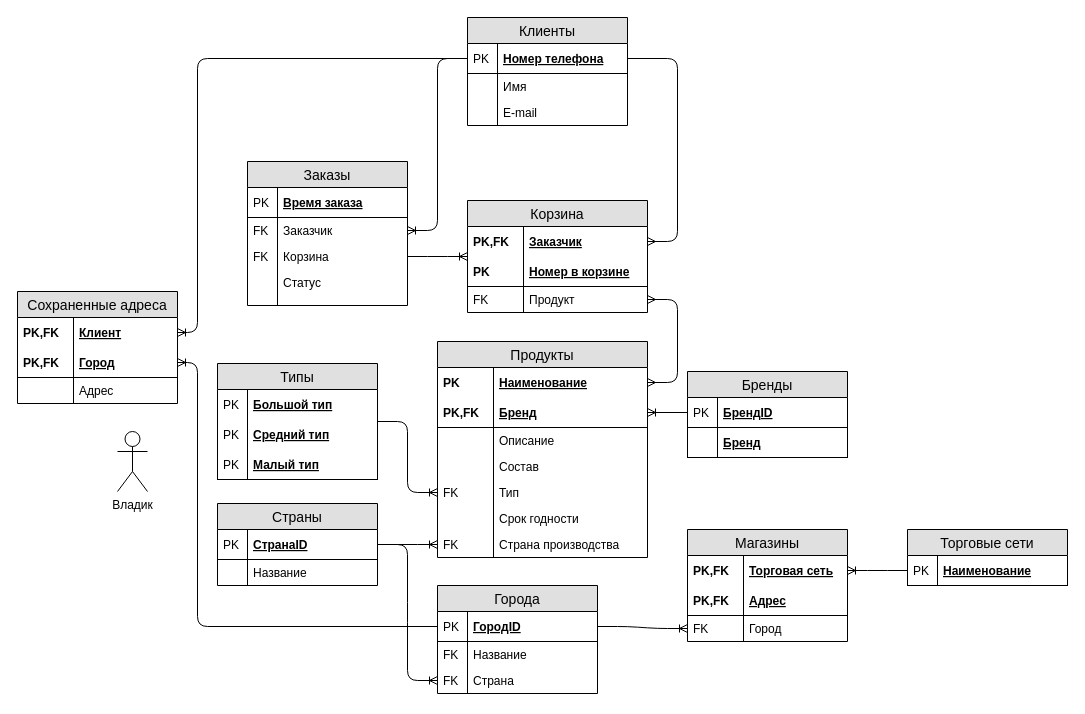
kaktusss123/0_git_basics keeps this draw.io diagram as СУБД.drawio. Above is the earlier version. Source tidied: cells renumbered, new cells numbered last; positions are measured from the earlier drawing's top-left corner, leaving out a move shared by most shapes. Both pictures are drawn from the tidied source at 100%, with x=0, y=0 at pixel (17, 17).
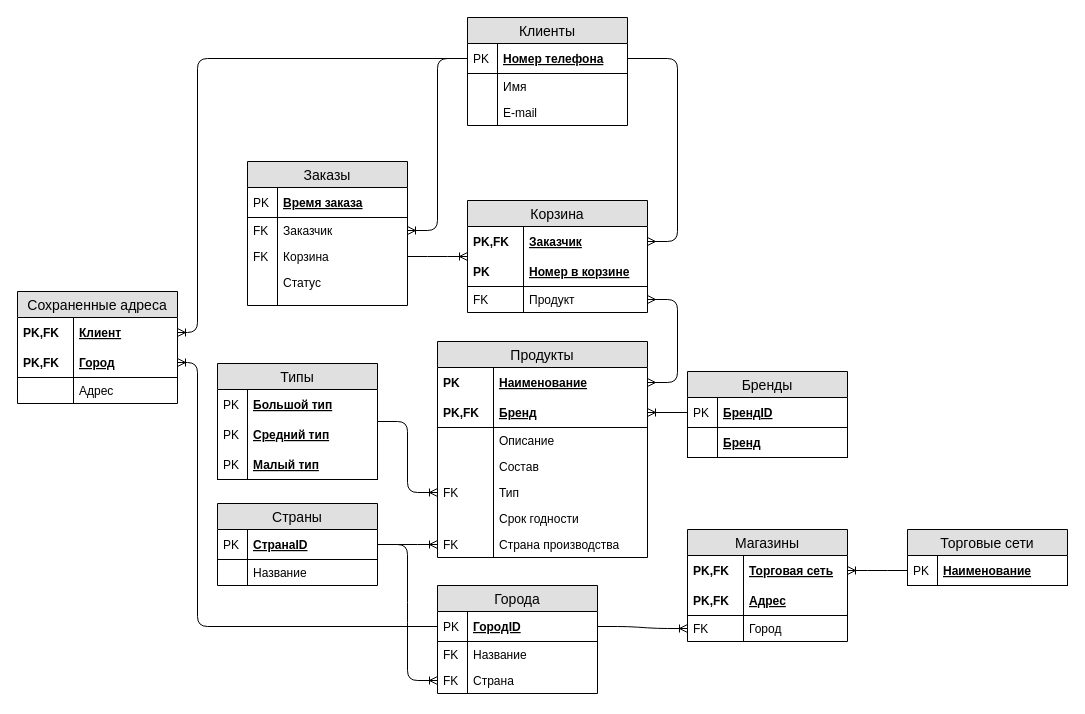
The same diagram, later.

Diff of the diagram source:
```diff
@@
-    <mxCell id="95" value="Владик" style="shape=umlActor;verticalLabelPosition=bottom;labelBackgroundColor=#ffffff;verticalAlign=top;html=1;" parent="1" vertex="1">
-      <mxGeometry x="100" y="414" width="30" height="60" as="geometry" />
-    </mxCell>
```
